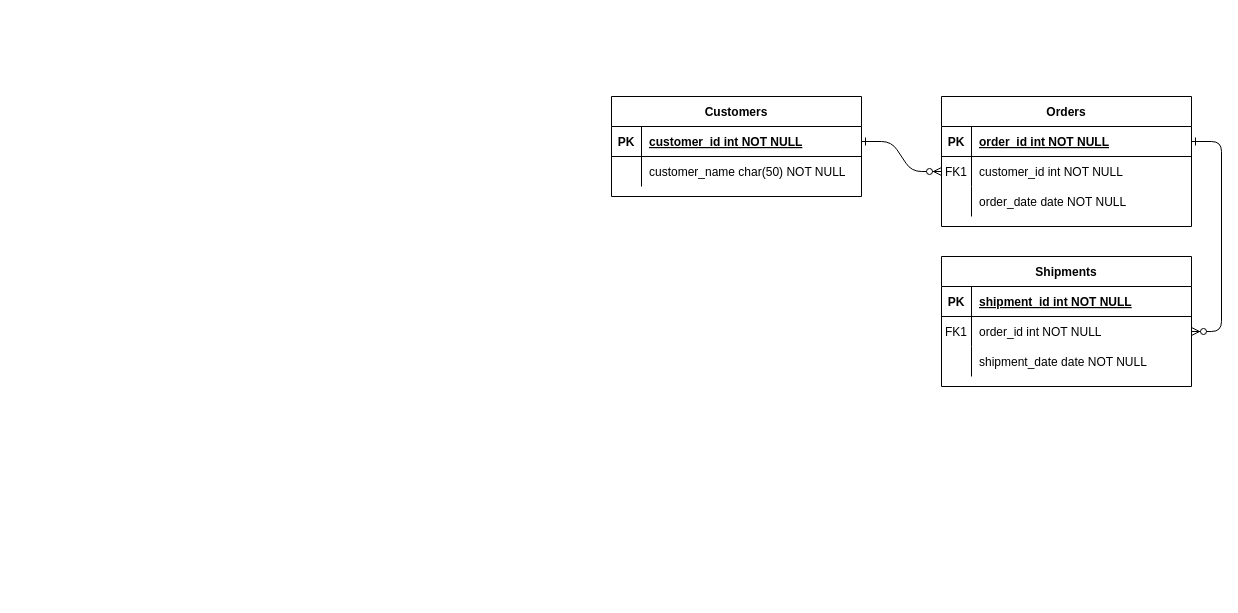
The draw.io diagram Diagrama sin título.drawio in Vedgge/WormSync, before the edit. Source tidied: cells renumbered, new cells numbered last; positions are measured from the earlier drawing's top-left corner, leaving out a move shared by most shapes. Both pictures are drawn from the tidied source at 100%, with x=0, y=0 at pixel (611, 96).
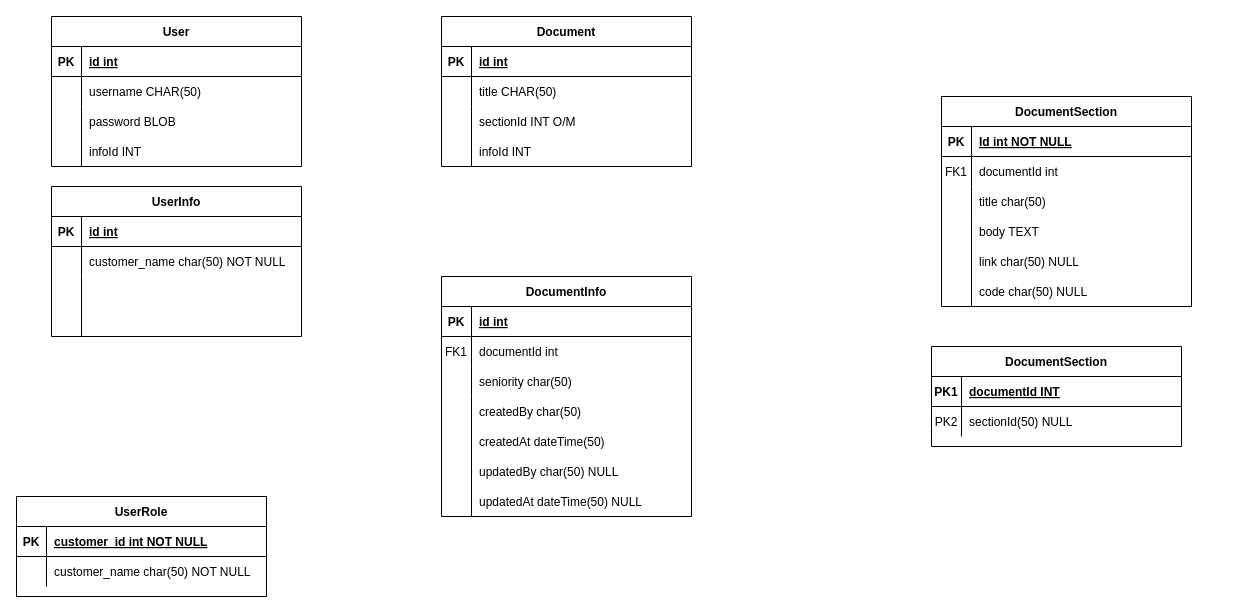
Above is the later version.

The change refers to these unchanged cells:
```xml
<mxCell id="5" style="shape=partialRectangle;fillColor=none;points=[[0,0.5],[1,0.5]];portConstraint=eastwest;top=0;left=0;right=0;bottom=1;" parent="4" vertex="1">
  <mxGeometry y="30" width="250" height="30" as="geometry" />
</mxCell>
<mxCell id="8" style="shape=partialRectangle;fillColor=none;points=[[0,0.5],[1,0.5]];portConstraint=eastwest;top=0;left=0;right=0;bottom=0;" parent="4" vertex="1">
  <mxGeometry y="60" width="250" height="30" as="geometry" />
</mxCell>
<mxCell id="11" style="shape=partialRectangle;fillColor=none;top=0;left=0;right=0;bottom=0;" parent="4" vertex="1">
  <mxGeometry y="90" width="250" height="30" as="geometry" />
</mxCell>
<mxCell id="25" style="shape=partialRectangle;fillColor=none;points=[[0,0.5],[1,0.5]];portConstraint=eastwest;top=0;left=0;right=0;bottom=1;" parent="24" vertex="1">
  <mxGeometry y="30" width="250" height="30" as="geometry" />
</mxCell>
<mxCell id="28" style="shape=partialRectangle;fillColor=none;top=0;left=0;right=0;bottom=0;" parent="24" vertex="1">
  <mxGeometry y="60" width="250" height="30" as="geometry" />
</mxCell>
```

What changed in the source:
```diff
@@
-    <mxCell id="2" style="edgeStyle=entityRelationEdgeStyle;endArrow=ERzeroToMany;startArrow=ERone;endFill=1;startFill=0;" parent="1" edge="1" source="25" target="8">
-      <mxGeometry relative="1" as="geometry" />
-    </mxCell>
-    <mxCell id="3" style="edgeStyle=entityRelationEdgeStyle;endArrow=ERzeroToMany;startArrow=ERone;endFill=1;startFill=0;" parent="1" edge="1" source="5" target="18">
-      <mxGeometry relative="1" as="geometry" />
-    </mxCell>
-    <mxCell id="4" value="Orders" style="shape=table;startSize=30;childLayout=tableLayout;rowLines=0;fontStyle=1;align=center;" parent="1" vertex="1">
-      <mxGeometry x="330" width="250" height="130" as="geometry" />
+    <mxCell id="4" value="DocumentSection" style="shape=table;startSize=30;childLayout=tableLayout;rowLines=0;fontStyle=1;align=center;" parent="1" vertex="1">
+      <mxGeometry x="330" width="250" height="210" as="geometry" />
     </mxCell>
@@
-    <mxCell id="7" value="order_id int NOT NULL " style="shape=partialRectangle;overflow=hidden;fillColor=none;top=0;left=0;bottom=0;right=0;align=left;spacingLeft=6;fontStyle=5;" parent="5" vertex="1">
+    <mxCell id="7" value="Id int NOT NULL " style="shape=partialRectangle;overflow=hidden;fillColor=none;top=0;left=0;bottom=0;right=0;align=left;spacingLeft=6;fontStyle=5;" parent="5" vertex="1">
       <mxGeometry x="30" width="220" height="30" as="geometry" />
     </mxCell>
@@
-    <mxCell id="10" value="customer_id int NOT NULL" style="shape=partialRectangle;overflow=hidden;fillColor=none;top=0;left=0;bottom=0;right=0;align=left;spacingLeft=6;" parent="8" vertex="1">
+    <mxCell id="10" value="documentId int" style="shape=partialRectangle;overflow=hidden;fillColor=none;top=0;left=0;bottom=0;right=0;align=left;spacingLeft=6;" parent="8" vertex="1">
       <mxGeometry x="30" width="220" height="30" as="geometry" />
     </mxCell>
@@
-    <mxCell id="13" value="order_date date NOT NULL" style="shape=partialRectangle;overflow=hidden;fillColor=none;top=0;left=0;bottom=0;right=0;align=left;spacingLeft=6;" parent="11" vertex="1">
+    <mxCell id="13" value="title char(50)" style="shape=partialRectangle;overflow=hidden;fillColor=none;top=0;left=0;bottom=0;right=0;align=left;spacingLeft=6;" parent="11" vertex="1">
       <mxGeometry x="30" width="220" height="30" as="geometry" />
     </mxCell>
-    <mxCell id="14" value="Shipments" style="shape=table;startSize=30;childLayout=tableLayout;rowLines=0;fontStyle=1;align=center;" parent="1" vertex="1">
-      <mxGeometry x="330" y="160" width="250" height="130" as="geometry" />
-    </mxCell>
-    <mxCell id="15" style="shape=partialRectangle;fillColor=none;top=0;left=0;right=0;bottom=1;" parent="14" vertex="1">
-      <mxGeometry y="30" width="250" height="30" as="geometry" />
-    </mxCell>
-    <mxCell id="16" value="PK" style="shape=partialRectangle;overflow=hidden;fillColor=none;top=0;left=0;bottom=0;right=0;fontStyle=1;" parent="15" vertex="1">
-      <mxGeometry width="30" height="30" as="geometry" />
-    </mxCell>
-    <mxCell id="17" value="shipment_id int NOT NULL " style="shape=partialRectangle;overflow=hidden;fillColor=none;top=0;left=0;bottom=0;right=0;align=left;spacingLeft=6;fontStyle=5;" parent="15" vertex="1">
-      <mxGeometry x="30" width="220" height="30" as="geometry" />
-    </mxCell>
-    <mxCell id="18" style="shape=partialRectangle;fillColor=none;points=[[0,0.5],[1,0.5]];portConstraint=eastwest;top=0;left=0;right=0;bottom=0;" parent="14" vertex="1">
-      <mxGeometry y="60" width="250" height="30" as="geometry" />
-    </mxCell>
+    <mxCell id="31" value="User" style="shape=table;startSize=30;childLayout=tableLayout;rowLines=0;fontStyle=1;align=center;" parent="1" vertex="1">
+      <mxGeometry x="-560" y="-80" width="250" height="150" as="geometry" />
+    </mxCell>
+    <mxCell id="32" style="shape=partialRectangle;fillColor=none;top=0;left=0;right=0;bottom=1;" parent="31" vertex="1">
+      <mxGeometry y="30" width="250" height="30" as="geometry" />
+    </mxCell>
+    <mxCell id="33" value="PK" style="shape=partialRectangle;overflow=hidden;fillColor=none;top=0;left=0;bottom=0;right=0;fontStyle=1;" parent="32" vertex="1">
+      <mxGeometry width="30" height="30" as="geometry" />
+    </mxCell>
+    <mxCell id="34" value="id int" style="shape=partialRectangle;overflow=hidden;fillColor=none;top=0;left=0;bottom=0;right=0;align=left;spacingLeft=6;fontStyle=5;" parent="32" vertex="1">
+      <mxGeometry x="30" width="220" height="30" as="geometry" />
+    </mxCell>
+    <mxCell id="35" style="shape=partialRectangle;fillColor=none;top=0;left=0;right=0;bottom=0;" parent="31" vertex="1">
+      <mxGeometry y="60" width="250" height="30" as="geometry" />
+    </mxCell>
+    <mxCell id="36" style="shape=partialRectangle;overflow=hidden;fillColor=none;top=0;left=0;bottom=0;right=0;" parent="35" vertex="1">
+      <mxGeometry width="30" height="30" as="geometry" />
+    </mxCell>
+    <mxCell id="37" value="username CHAR(50)" style="shape=partialRectangle;overflow=hidden;fillColor=none;top=0;left=0;bottom=0;right=0;align=left;spacingLeft=6;" parent="35" vertex="1">
+      <mxGeometry x="30" width="220" height="30" as="geometry" />
+    </mxCell>
+    <mxCell id="38" value="UserInfo" style="shape=table;startSize=30;childLayout=tableLayout;rowLines=0;fontStyle=1;align=center;" parent="1" vertex="1">
+      <mxGeometry x="-560" y="90" width="250" height="150" as="geometry" />
+    </mxCell>
+    <mxCell id="39" style="shape=partialRectangle;fillColor=none;top=0;left=0;right=0;bottom=1;" parent="38" vertex="1">
+      <mxGeometry y="30" width="250" height="30" as="geometry" />
+    </mxCell>
+    <mxCell id="40" value="PK" style="shape=partialRectangle;overflow=hidden;fillColor=none;top=0;left=0;bottom=0;right=0;fontStyle=1;" parent="39" vertex="1">
+      <mxGeometry width="30" height="30" as="geometry" />
+    </mxCell>
+    <mxCell id="41" value="id int" style="shape=partialRectangle;overflow=hidden;fillColor=none;top=0;left=0;bottom=0;right=0;align=left;spacingLeft=6;fontStyle=5;" parent="39" vertex="1">
+      <mxGeometry x="30" width="220" height="30" as="geometry" />
+    </mxCell>
+    <mxCell id="42" style="shape=partialRectangle;fillColor=none;top=0;left=0;right=0;bottom=0;" parent="38" vertex="1">
+      <mxGeometry y="60" width="250" height="30" as="geometry" />
+    </mxCell>
+    <mxCell id="43" style="shape=partialRectangle;overflow=hidden;fillColor=none;top=0;left=0;bottom=0;right=0;" parent="42" vertex="1">
+      <mxGeometry width="30" height="30" as="geometry" />
+    </mxCell>
+    <mxCell id="44" value="customer_name char(50) NOT NULL" style="shape=partialRectangle;overflow=hidden;fillColor=none;top=0;left=0;bottom=0;right=0;align=left;spacingLeft=6;" parent="42" vertex="1">
+      <mxGeometry x="30" width="220" height="30" as="geometry" />
+    </mxCell>
+    <mxCell id="45" value="UserRole" style="shape=table;startSize=30;childLayout=tableLayout;rowLines=0;fontStyle=1;align=center;" parent="1" vertex="1">
+      <mxGeometry x="-595" y="400" width="250" height="100" as="geometry" />
+    </mxCell>
+    <mxCell id="46" style="shape=partialRectangle;fillColor=none;top=0;left=0;right=0;bottom=1;" parent="45" vertex="1">
+      <mxGeometry y="30" width="250" height="30" as="geometry" />
+    </mxCell>
+    <mxCell id="47" value="PK" style="shape=partialRectangle;overflow=hidden;fillColor=none;top=0;left=0;bottom=0;right=0;fontStyle=1;" parent="46" vertex="1">
+      <mxGeometry width="30" height="30" as="geometry" />
+    </mxCell>
+    <mxCell id="48" value="customer_id int NOT NULL " style="shape=partialRectangle;overflow=hidden;fillColor=none;top=0;left=0;bottom=0;right=0;align=left;spacingLeft=6;fontStyle=5;" parent="46" vertex="1">
+      <mxGeometry x="30" width="220" height="30" as="geometry" />
+    </mxCell>
+    <mxCell id="49" style="shape=partialRectangle;fillColor=none;top=0;left=0;right=0;bottom=0;" parent="45" vertex="1">
+      <mxGeometry y="60" width="250" height="30" as="geometry" />
+    </mxCell>
+    <mxCell id="50" style="shape=partialRectangle;overflow=hidden;fillColor=none;top=0;left=0;bottom=0;right=0;" parent="49" vertex="1">
+      <mxGeometry width="30" height="30" as="geometry" />
+    </mxCell>
+    <mxCell id="51" value="customer_name char(50) NOT NULL" style="shape=partialRectangle;overflow=hidden;fillColor=none;top=0;left=0;bottom=0;right=0;align=left;spacingLeft=6;" parent="49" vertex="1">
+      <mxGeometry x="30" width="220" height="30" as="geometry" />
+    </mxCell>
+    <mxCell id="52" style="endArrow=none;html=1;rounded=0;" parent="1" edge="1">
+      <mxGeometry relative="1" as="geometry">
+        <mxPoint x="-140" y="420" as="sourcePoint" />
+        <mxPoint x="-140" y="300" as="targetPoint" />
+      </mxGeometry>
+    </mxCell>
+    <mxCell id="53" value="DocumentInfo" style="shape=table;startSize=30;childLayout=tableLayout;rowLines=0;fontStyle=1;align=center;" parent="1" vertex="1">
+      <mxGeometry x="-170" y="180" width="250" height="240" as="geometry" />
+    </mxCell>
+    <mxCell id="54" style="shape=partialRectangle;fillColor=none;top=0;left=0;right=0;bottom=1;" parent="53" vertex="1">
+      <mxGeometry y="30" width="250" height="30" as="geometry" />
+    </mxCell>
+    <mxCell id="55" value="PK" style="shape=partialRectangle;overflow=hidden;fillColor=none;top=0;left=0;bottom=0;right=0;fontStyle=1;" parent="54" vertex="1">
+      <mxGeometry width="30" height="30" as="geometry" />
+    </mxCell>
+    <mxCell id="56" value="id int" style="shape=partialRectangle;overflow=hidden;fillColor=none;top=0;left=0;bottom=0;right=0;align=left;spacingLeft=6;fontStyle=5;" parent="54" vertex="1">
+      <mxGeometry x="30" width="220" height="30" as="geometry" />
+    </mxCell>
+    <mxCell id="57" style="shape=partialRectangle;fillColor=none;top=0;left=0;right=0;bottom=0;" parent="53" vertex="1">
+      <mxGeometry y="60" width="250" height="30" as="geometry" />
+    </mxCell>
-    <mxCell id="19" value="FK1" style="shape=partialRectangle;overflow=hidden;fillColor=none;top=0;left=0;bottom=0;right=0;" parent="18" vertex="1">
+    <mxCell id="19" value="FK1" style="shape=partialRectangle;overflow=hidden;fillColor=none;top=0;left=0;bottom=0;right=0;" parent="57" vertex="1">
       <mxGeometry width="30" height="30" as="geometry" />
     </mxCell>
-    <mxCell id="20" value="order_id int NOT NULL" style="shape=partialRectangle;overflow=hidden;fillColor=none;top=0;left=0;bottom=0;right=0;align=left;spacingLeft=6;" parent="18" vertex="1">
-      <mxGeometry x="30" width="220" height="30" as="geometry" />
-    </mxCell>
+    <mxCell id="58" value="documentId int" style="shape=partialRectangle;overflow=hidden;fillColor=none;top=0;left=0;bottom=0;right=0;align=left;spacingLeft=6;" parent="57" vertex="1">
+      <mxGeometry x="30" width="220" height="30" as="geometry" />
+    </mxCell>
-    <mxCell id="21" style="shape=partialRectangle;fillColor=none;top=0;left=0;right=0;bottom=0;" parent="14" vertex="1">
+    <mxCell id="21" style="shape=partialRectangle;fillColor=none;top=0;left=0;right=0;bottom=0;" parent="53" vertex="1">
       <mxGeometry y="90" width="250" height="30" as="geometry" />
     </mxCell>
-    <mxCell id="22" style="shape=partialRectangle;overflow=hidden;fillColor=none;top=0;left=0;bottom=0;right=0;" parent="21" vertex="1">
-      <mxGeometry width="30" height="30" as="geometry" />
-    </mxCell>
-    <mxCell id="23" value="shipment_date date NOT NULL" style="shape=partialRectangle;overflow=hidden;fillColor=none;top=0;left=0;bottom=0;right=0;align=left;spacingLeft=6;" parent="21" vertex="1">
-      <mxGeometry x="30" width="220" height="30" as="geometry" />
-    </mxCell>
+    <mxCell id="59" style="shape=partialRectangle;overflow=hidden;fillColor=none;top=0;left=0;bottom=0;right=0;" parent="21" vertex="1">
+      <mxGeometry width="30" height="30" as="geometry" />
+    </mxCell>
+    <mxCell id="60" value="seniority char(50)" style="shape=partialRectangle;overflow=hidden;fillColor=none;top=0;left=0;bottom=0;right=0;align=left;spacingLeft=6;" parent="21" vertex="1">
+      <mxGeometry x="30" width="220" height="30" as="geometry" />
+    </mxCell>
+    <mxCell id="61" value="createdAt dateTime(50)" style="shape=partialRectangle;overflow=hidden;fillColor=none;top=0;left=0;bottom=0;right=0;align=left;spacingLeft=6;" parent="1" vertex="1">
+      <mxGeometry x="-140" y="330" width="220" height="30" as="geometry" />
+    </mxCell>
+    <mxCell id="62" value="updatedBy char(50) NULL" style="shape=partialRectangle;overflow=hidden;fillColor=none;top=0;left=0;bottom=0;right=0;align=left;spacingLeft=6;" parent="1" vertex="1">
+      <mxGeometry x="-140" y="360" width="220" height="30" as="geometry" />
+    </mxCell>
+    <mxCell id="63" value="updatedAt dateTime(50) NULL" style="shape=partialRectangle;overflow=hidden;fillColor=none;top=0;left=0;bottom=0;right=0;align=left;spacingLeft=6;" parent="1" vertex="1">
+      <mxGeometry x="-140" y="390" width="220" height="30" as="geometry" />
+    </mxCell>
+    <mxCell id="64" value="body TEXT" style="shape=partialRectangle;overflow=hidden;fillColor=none;top=0;left=0;bottom=0;right=0;align=left;spacingLeft=6;" parent="1" vertex="1">
+      <mxGeometry x="360" y="120" width="220" height="30" as="geometry" />
+    </mxCell>
+    <mxCell id="65" value="link char(50) NULL" style="shape=partialRectangle;overflow=hidden;fillColor=none;top=0;left=0;bottom=0;right=0;align=left;spacingLeft=6;" parent="1" vertex="1">
+      <mxGeometry x="360" y="150" width="220" height="30" as="geometry" />
+    </mxCell>
+    <mxCell id="66" style="endArrow=none;html=1;rounded=0;" parent="1" edge="1">
+      <mxGeometry relative="1" as="geometry">
+        <mxPoint x="360" y="210" as="sourcePoint" />
+        <mxPoint x="360" y="120" as="targetPoint" />
+      </mxGeometry>
+    </mxCell>
+    <mxCell id="67" value="code char(50) NULL" style="shape=partialRectangle;overflow=hidden;fillColor=none;top=0;left=0;bottom=0;right=0;align=left;spacingLeft=6;" parent="1" vertex="1">
+      <mxGeometry x="360" y="180" width="220" height="30" as="geometry" />
+    </mxCell>
+    <mxCell id="68" value="password BLOB " style="shape=partialRectangle;overflow=hidden;fillColor=none;top=0;left=0;bottom=0;right=0;align=left;spacingLeft=6;" parent="1" vertex="1">
+      <mxGeometry x="-530" y="10" width="220" height="30" as="geometry" />
+    </mxCell>
+    <mxCell id="69" value="infoId INT" style="shape=partialRectangle;overflow=hidden;fillColor=none;top=0;left=0;bottom=0;right=0;align=left;spacingLeft=6;" parent="1" vertex="1">
+      <mxGeometry x="-530" y="40" width="220" height="30" as="geometry" />
+    </mxCell>
+    <mxCell id="70" style="endArrow=none;html=1;rounded=0;" parent="1" edge="1">
+      <mxGeometry relative="1" as="geometry">
+        <mxPoint x="-530" y="70" as="sourcePoint" />
+        <mxPoint x="-530" y="10" as="targetPoint" />
+      </mxGeometry>
+    </mxCell>
+    <mxCell id="71" style="endArrow=none;html=1;rounded=0;" parent="1" edge="1">
+      <mxGeometry relative="1" as="geometry">
+        <mxPoint x="-530" y="240" as="sourcePoint" />
+        <mxPoint x="-530" y="180" as="targetPoint" />
+      </mxGeometry>
+    </mxCell>
+    <mxCell id="72" value="createdBy char(50)" style="shape=partialRectangle;overflow=hidden;fillColor=none;top=0;left=0;bottom=0;right=0;align=left;spacingLeft=6;" parent="1" vertex="1">
+      <mxGeometry x="-140" y="300" width="220" height="30" as="geometry" />
+    </mxCell>
+    <mxCell id="73" style="group;" parent="1" vertex="1">
+      <mxGeometry x="320" y="250" width="250" height="100" as="geometry" />
+    </mxCell>
+    <mxCell id="74" value="DocumentSection" style="shape=table;startSize=30;childLayout=tableLayout;rowLines=0;fontStyle=1;align=center;" parent="73" vertex="1">
+      <mxGeometry width="250" height="100" as="geometry" />
+    </mxCell>
+    <mxCell id="75" style="shape=partialRectangle;fillColor=none;top=0;left=0;right=0;bottom=1;" parent="74" vertex="1">
+      <mxGeometry y="30" width="250" height="30" as="geometry" />
+    </mxCell>
+    <mxCell id="76" value="PK1" style="shape=partialRectangle;overflow=hidden;fillColor=none;top=0;left=0;bottom=0;right=0;fontStyle=1;" parent="75" vertex="1">
+      <mxGeometry width="30" height="30" as="geometry" />
+    </mxCell>
+    <mxCell id="77" value="documentId INT" style="shape=partialRectangle;overflow=hidden;fillColor=none;top=0;left=0;bottom=0;right=0;align=left;spacingLeft=6;fontStyle=5;" parent="75" vertex="1">
+      <mxGeometry x="30" width="220" height="30" as="geometry" />
+    </mxCell>
+    <mxCell id="78" style="shape=partialRectangle;fillColor=none;top=0;left=0;right=0;bottom=0;" parent="74" vertex="1">
+      <mxGeometry y="60" width="250" height="30" as="geometry" />
+    </mxCell>
+    <mxCell id="79" value="PK2" style="shape=partialRectangle;overflow=hidden;fillColor=none;top=0;left=0;bottom=0;right=0;" parent="78" vertex="1">
+      <mxGeometry width="30" height="30" as="geometry" />
+    </mxCell>
+    <mxCell id="80" style="shape=partialRectangle;overflow=hidden;fillColor=none;top=0;left=0;bottom=0;right=0;align=left;spacingLeft=6;" parent="78" vertex="1">
+      <mxGeometry x="30" width="220" height="30" as="geometry" />
+    </mxCell>
+    <mxCell id="81" value="sectionId(50) NULL" style="shape=partialRectangle;overflow=hidden;fillColor=none;top=0;left=0;bottom=0;right=0;align=left;spacingLeft=6;" parent="73" vertex="1">
+      <mxGeometry x="30" y="60" width="220" height="30" as="geometry" />
+    </mxCell>
+    <mxCell id="82" style="group;" parent="1" vertex="1">
+      <mxGeometry x="-170" y="-80" width="250" height="150" as="geometry" />
+    </mxCell>
+    <mxCell id="83" style="endArrow=none;html=1;rounded=0;" parent="82" edge="1">
+      <mxGeometry relative="1" as="geometry">
+        <mxPoint x="30" y="150" as="sourcePoint" />
+        <mxPoint x="30" y="90" as="targetPoint" />
+      </mxGeometry>
+    </mxCell>
+    <mxCell id="84" style="group;" parent="82" vertex="1">
+      <mxGeometry width="250" height="150" as="geometry" />
+    </mxCell>
-    <mxCell id="24" value="Customers" style="shape=table;startSize=30;childLayout=tableLayout;rowLines=0;fontStyle=1;align=center;" parent="1" vertex="1">
-      <mxGeometry width="250" height="100" as="geometry" />
+    <mxCell id="24" value="Document" style="shape=table;startSize=30;childLayout=tableLayout;rowLines=0;fontStyle=1;align=center;" parent="84" vertex="1">
+      <mxGeometry width="250" height="150" as="geometry" />
     </mxCell>
@@
-    <mxCell id="27" value="customer_id int NOT NULL " style="shape=partialRectangle;overflow=hidden;fillColor=none;top=0;left=0;bottom=0;right=0;align=left;spacingLeft=6;fontStyle=5;" parent="25" vertex="1">
+    <mxCell id="27" value="id int" style="shape=partialRectangle;overflow=hidden;fillColor=none;top=0;left=0;bottom=0;right=0;align=left;spacingLeft=6;fontStyle=5;" parent="25" vertex="1">
       <mxGeometry x="30" width="220" height="30" as="geometry" />
     </mxCell>
@@
-    <mxCell id="30" value="customer_name char(50) NOT NULL" style="shape=partialRectangle;overflow=hidden;fillColor=none;top=0;left=0;bottom=0;right=0;align=left;spacingLeft=6;" parent="28" vertex="1">
+    <mxCell id="30" value="title CHAR(50)" style="shape=partialRectangle;overflow=hidden;fillColor=none;top=0;left=0;bottom=0;right=0;align=left;spacingLeft=6;" parent="28" vertex="1">
       <mxGeometry x="30" width="220" height="30" as="geometry" />
     </mxCell>
+    <mxCell id="85" value="sectionId INT O/M" style="shape=partialRectangle;overflow=hidden;fillColor=none;top=0;left=0;bottom=0;right=0;align=left;spacingLeft=6;" parent="84" vertex="1">
+      <mxGeometry x="30" y="90" width="220" height="30" as="geometry" />
+    </mxCell>
+    <mxCell id="86" value="infoId INT" style="shape=partialRectangle;overflow=hidden;fillColor=none;top=0;left=0;bottom=0;right=0;align=left;spacingLeft=6;" parent="84" vertex="1">
+      <mxGeometry x="30" y="120" width="220" height="30" as="geometry" />
+    </mxCell>
```
